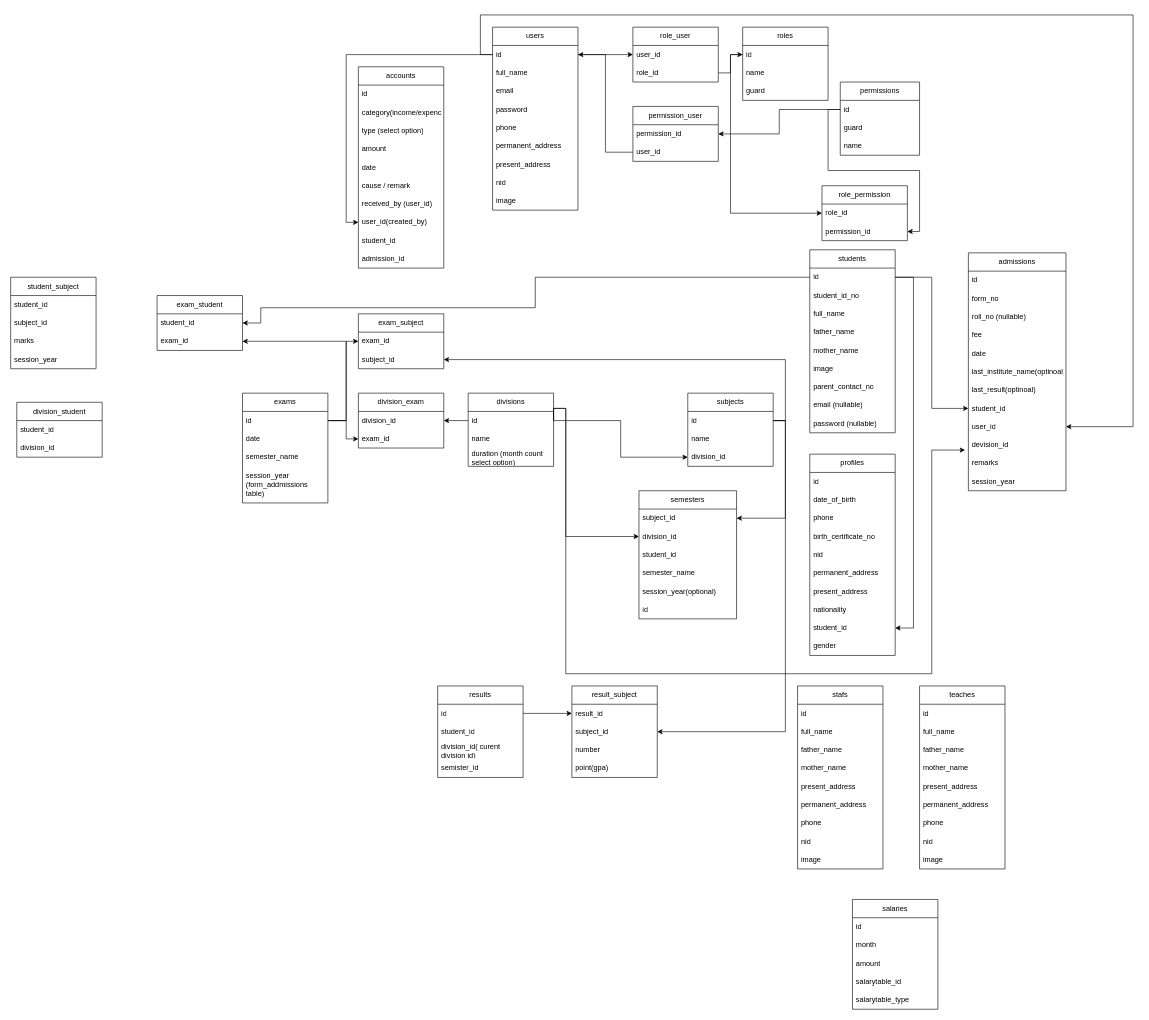
Before: Untitled Diagram.drawio in asifmics/javascript, a draw.io diagram. Source tidied: cells renumbered, new cells numbered last; positions are measured from the earlier drawing's top-left corner, leaving out a move shared by most shapes. Both pictures are drawn from the tidied source at 61%, with x=0, y=0 at pixel (10, 15).
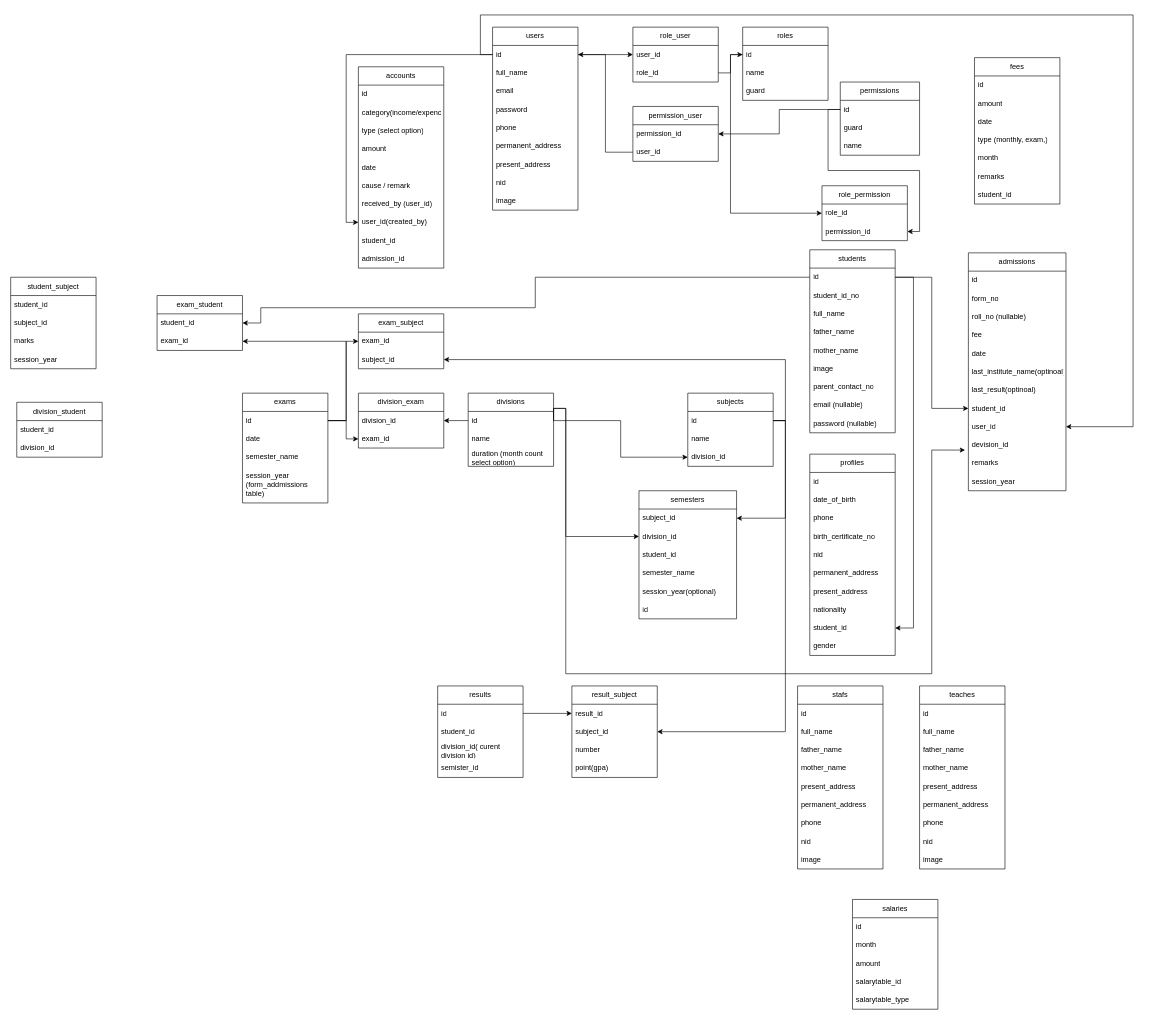
Above is the later version.

Diff of the diagram source:
```diff
@@
+    <mxCell id="169" value="fees" style="swimlane;fontStyle=0;horizontal=1;startSize=30;whiteSpace=wrap;html=1;" parent="1" vertex="1">
+      <mxGeometry x="1580" y="70" width="140" height="240" as="geometry" />
+    </mxCell>
+    <mxCell id="170" value="id" style="text;strokeColor=none;fillColor=none;align=left;verticalAlign=middle;spacingLeft=4;spacingRight=4;overflow=hidden;whiteSpace=wrap;html=1;" parent="169" vertex="1">
+      <mxGeometry y="30" width="140" height="30" as="geometry" />
+    </mxCell>
+    <mxCell id="171" value="amount" style="text;strokeColor=none;fillColor=none;align=left;verticalAlign=middle;spacingLeft=4;spacingRight=4;overflow=hidden;whiteSpace=wrap;html=1;" parent="169" vertex="1">
+      <mxGeometry y="60" width="140" height="30" as="geometry" />
+    </mxCell>
+    <mxCell id="172" value="date" style="text;strokeColor=none;fillColor=none;align=left;verticalAlign=middle;spacingLeft=4;spacingRight=4;overflow=hidden;whiteSpace=wrap;html=1;" parent="169" vertex="1">
+      <mxGeometry y="90" width="140" height="30" as="geometry" />
+    </mxCell>
+    <mxCell id="173" value="type (monthly, exam,)" style="text;strokeColor=none;fillColor=none;align=left;verticalAlign=middle;spacingLeft=4;spacingRight=4;overflow=hidden;whiteSpace=wrap;html=1;" parent="169" vertex="1">
+      <mxGeometry y="120" width="140" height="30" as="geometry" />
+    </mxCell>
+    <mxCell id="174" value="month" style="text;strokeColor=none;fillColor=none;align=left;verticalAlign=middle;spacingLeft=4;spacingRight=4;overflow=hidden;whiteSpace=wrap;html=1;" parent="169" vertex="1">
+      <mxGeometry y="150" width="140" height="30" as="geometry" />
+    </mxCell>
+    <mxCell id="175" value="remarks" style="text;strokeColor=none;fillColor=none;align=left;verticalAlign=middle;spacingLeft=4;spacingRight=4;overflow=hidden;whiteSpace=wrap;html=1;" parent="169" vertex="1">
+      <mxGeometry y="180" width="140" height="30" as="geometry" />
+    </mxCell>
+    <mxCell id="176" value="student_id" style="text;strokeColor=none;fillColor=none;align=left;verticalAlign=middle;spacingLeft=4;spacingRight=4;overflow=hidden;whiteSpace=wrap;html=1;" parent="169" vertex="1">
+      <mxGeometry y="210" width="140" height="30" as="geometry" />
+    </mxCell>
```
